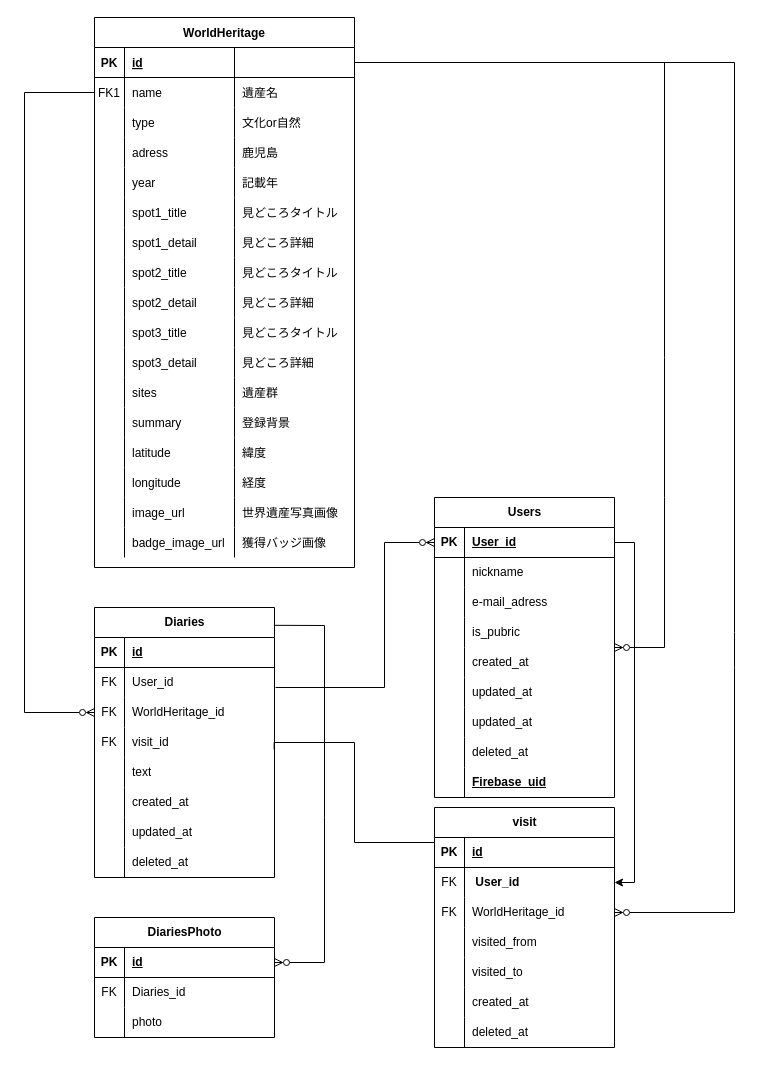
toyama-e/japan-heritage-guide keeps this draw.io diagram as docs/architecture.drawio. Above is the earlier version. Source tidied: cells renumbered, new cells numbered last; positions are measured from the earlier drawing's top-left corner, leaving out a move shared by most shapes. Both pictures are drawn from the tidied source at 100%, with x=0, y=0 at pixel (24, 17).
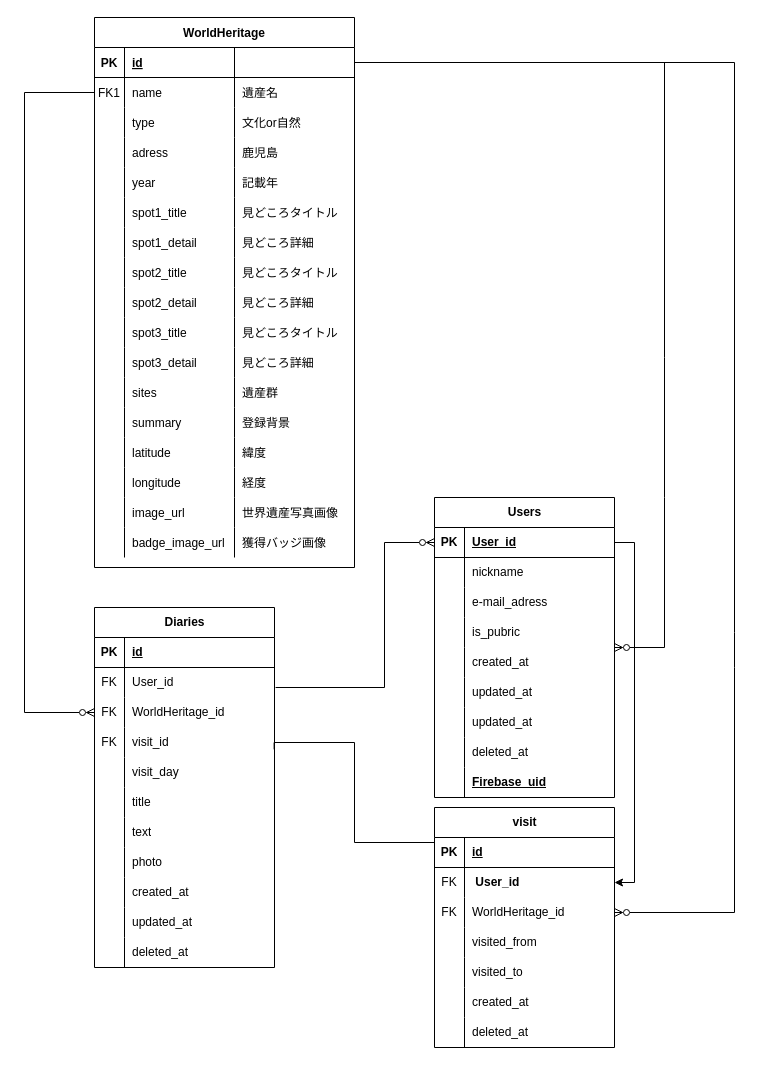
The same page after the edit.

Commit message:
update: ER図のdiariesテーブルの調整

Change to the diagram source:
```diff
@@
     <mxCell id="72" value="Diaries" style="shape=table;startSize=30;childLayout=tableLayout;rowLines=0;fontStyle=1;align=center;html=1;" parent="1" vertex="1">
-      <mxGeometry x="70" y="590" width="180" height="270" as="geometry" />
+      <mxGeometry x="70" y="590" width="180" height="360" as="geometry" />
     </mxCell>
@@
+    <mxCell id="166" style="shape=tableRow;horizontal=0;startSize=0;swimlaneHead=0;swimlaneBody=0;fillColor=none;top=0;left=0;right=0;bottom=0;" parent="72" vertex="1">
+      <mxGeometry y="150" width="180" height="30" as="geometry" />
+    </mxCell>
+    <mxCell id="167" style="shape=partialRectangle;fillColor=none;top=0;left=0;bottom=0;right=0;overflow=hidden;whiteSpace=wrap;html=1;" parent="166" vertex="1">
+      <mxGeometry width="30" height="30" as="geometry" />
+    </mxCell>
+    <mxCell id="168" value="visit_day" style="shape=partialRectangle;fillColor=none;top=0;left=0;bottom=0;right=0;align=left;spacingLeft=6;overflow=hidden;whiteSpace=wrap;html=1;" parent="166" vertex="1">
+      <mxGeometry x="30" width="150" height="30" as="geometry" />
+    </mxCell>
+    <mxCell id="169" style="shape=tableRow;horizontal=0;startSize=0;swimlaneHead=0;swimlaneBody=0;fillColor=none;top=0;left=0;right=0;bottom=0;" parent="72" vertex="1">
+      <mxGeometry y="180" width="180" height="30" as="geometry" />
+    </mxCell>
+    <mxCell id="170" style="shape=partialRectangle;fillColor=none;top=0;left=0;bottom=0;right=0;overflow=hidden;whiteSpace=wrap;html=1;" parent="169" vertex="1">
+      <mxGeometry width="30" height="30" as="geometry" />
+    </mxCell>
+    <mxCell id="171" value="&lt;span style=&quot;color: rgb(0, 0, 0);&quot;&gt;title&lt;/span&gt;" style="shape=partialRectangle;fillColor=none;top=0;left=0;bottom=0;right=0;align=left;spacingLeft=6;overflow=hidden;whiteSpace=wrap;html=1;" parent="169" vertex="1">
+      <mxGeometry x="30" width="150" height="30" as="geometry" />
+    </mxCell>
     <mxCell id="85" style="shape=tableRow;horizontal=0;startSize=0;swimlaneHead=0;swimlaneBody=0;fillColor=none;top=0;left=0;right=0;bottom=0;" parent="72" vertex="1">
-      <mxGeometry y="150" width="180" height="30" as="geometry" />
+      <mxGeometry y="210" width="180" height="30" as="geometry" />
     </mxCell>
@@
-    <mxCell id="87" value="text" style="shape=partialRectangle;fillColor=none;top=0;left=0;bottom=0;right=0;align=left;spacingLeft=6;overflow=hidden;whiteSpace=wrap;html=1;" parent="85" vertex="1">
+    <mxCell id="87" value="&lt;span style=&quot;color: rgb(0, 0, 0);&quot;&gt;text&lt;/span&gt;" style="shape=partialRectangle;fillColor=none;top=0;left=0;bottom=0;right=0;align=left;spacingLeft=6;overflow=hidden;whiteSpace=wrap;html=1;" parent="85" vertex="1">
       <mxGeometry x="30" width="150" height="30" as="geometry" />
     </mxCell>
     <mxCell id="88" style="shape=tableRow;horizontal=0;startSize=0;swimlaneHead=0;swimlaneBody=0;fillColor=none;top=0;left=0;right=0;bottom=0;" parent="72" vertex="1">
-      <mxGeometry y="180" width="180" height="30" as="geometry" />
+      <mxGeometry y="240" width="180" height="30" as="geometry" />
     </mxCell>
@@
-    <mxCell id="90" value="created_at" style="shape=partialRectangle;fillColor=none;top=0;left=0;bottom=0;right=0;align=left;spacingLeft=6;overflow=hidden;whiteSpace=wrap;html=1;" parent="88" vertex="1">
+    <mxCell id="90" value="photo" style="shape=partialRectangle;fillColor=none;top=0;left=0;bottom=0;right=0;align=left;spacingLeft=6;overflow=hidden;whiteSpace=wrap;html=1;" parent="88" vertex="1">
       <mxGeometry x="30" width="150" height="30" as="geometry" />
     </mxCell>
     <mxCell id="91" style="shape=tableRow;horizontal=0;startSize=0;swimlaneHead=0;swimlaneBody=0;fillColor=none;top=0;left=0;right=0;bottom=0;" parent="72" vertex="1">
-      <mxGeometry y="210" width="180" height="30" as="geometry" />
+      <mxGeometry y="270" width="180" height="30" as="geometry" />
     </mxCell>
@@
-    <mxCell id="93" value="updated_at" style="shape=partialRectangle;fillColor=none;top=0;left=0;bottom=0;right=0;align=left;spacingLeft=6;overflow=hidden;whiteSpace=wrap;html=1;" parent="91" vertex="1">
+    <mxCell id="93" value="&lt;span style=&quot;color: rgb(0, 0, 0);&quot;&gt;created_at&lt;/span&gt;" style="shape=partialRectangle;fillColor=none;top=0;left=0;bottom=0;right=0;align=left;spacingLeft=6;overflow=hidden;whiteSpace=wrap;html=1;" parent="91" vertex="1">
       <mxGeometry x="30" width="150" height="30" as="geometry" />
     </mxCell>
     <mxCell id="94" style="shape=tableRow;horizontal=0;startSize=0;swimlaneHead=0;swimlaneBody=0;fillColor=none;top=0;left=0;right=0;bottom=0;" parent="72" vertex="1">
-      <mxGeometry y="240" width="180" height="30" as="geometry" />
+      <mxGeometry y="300" width="180" height="30" as="geometry" />
     </mxCell>
@@
-    <mxCell id="96" value="deleted_at" style="shape=partialRectangle;fillColor=none;top=0;left=0;bottom=0;right=0;align=left;spacingLeft=6;overflow=hidden;whiteSpace=wrap;html=1;" parent="94" vertex="1">
+    <mxCell id="96" value="&lt;span style=&quot;color: rgb(0, 0, 0);&quot;&gt;updated_at&lt;/span&gt;" style="shape=partialRectangle;fillColor=none;top=0;left=0;bottom=0;right=0;align=left;spacingLeft=6;overflow=hidden;whiteSpace=wrap;html=1;" parent="94" vertex="1">
       <mxGeometry x="30" width="150" height="30" as="geometry" />
     </mxCell>
-    <mxCell id="97" value="DiariesPhoto" style="shape=table;startSize=30;childLayout=tableLayout;rowLines=0;fontStyle=1;align=center;html=1;" parent="1" vertex="1">
-      <mxGeometry x="70" y="900" width="180" height="120" as="geometry" />
-    </mxCell>
-    <mxCell id="98" style="shape=tableRow;horizontal=0;startSize=0;swimlaneHead=0;swimlaneBody=0;fillColor=none;points=[[0,0.5],[1,0.5]];portConstraint=eastwest;top=0;left=0;right=0;bottom=1;" parent="97" vertex="1">
-      <mxGeometry y="30" width="180" height="30" as="geometry" />
-    </mxCell>
-    <mxCell id="99" value="PK" style="shape=partialRectangle;fillColor=none;top=0;left=0;bottom=0;right=0;fontStyle=1;overflow=hidden;whiteSpace=wrap;html=1;" parent="98" vertex="1">
-      <mxGeometry width="30" height="30" as="geometry" />
-    </mxCell>
-    <mxCell id="100" value="id" style="shape=partialRectangle;fillColor=none;top=0;left=0;bottom=0;right=0;align=left;spacingLeft=6;fontStyle=5;overflow=hidden;whiteSpace=wrap;html=1;" parent="98" vertex="1">
-      <mxGeometry x="30" width="150" height="30" as="geometry" />
-    </mxCell>
-    <mxCell id="101" style="shape=tableRow;horizontal=0;startSize=0;swimlaneHead=0;swimlaneBody=0;fillColor=none;top=0;left=0;right=0;bottom=0;" parent="97" vertex="1">
-      <mxGeometry y="60" width="180" height="30" as="geometry" />
-    </mxCell>
-    <mxCell id="102" value="FK" style="shape=partialRectangle;fillColor=none;top=0;left=0;bottom=0;right=0;overflow=hidden;whiteSpace=wrap;html=1;" parent="101" vertex="1">
-      <mxGeometry width="30" height="30" as="geometry" />
-    </mxCell>
-    <mxCell id="103" value="Diaries_id" style="shape=partialRectangle;fillColor=none;top=0;left=0;bottom=0;right=0;align=left;spacingLeft=6;overflow=hidden;whiteSpace=wrap;html=1;" parent="101" vertex="1">
-      <mxGeometry x="30" width="150" height="30" as="geometry" />
-    </mxCell>
-    <mxCell id="104" style="shape=tableRow;horizontal=0;startSize=0;swimlaneHead=0;swimlaneBody=0;fillColor=none;top=0;left=0;right=0;bottom=0;" parent="97" vertex="1">
-      <mxGeometry y="90" width="180" height="30" as="geometry" />
-    </mxCell>
-    <mxCell id="105" style="shape=partialRectangle;fillColor=none;top=0;left=0;bottom=0;right=0;overflow=hidden;whiteSpace=wrap;html=1;" parent="104" vertex="1">
-      <mxGeometry width="30" height="30" as="geometry" />
-    </mxCell>
-    <mxCell id="106" value="photo" style="shape=partialRectangle;fillColor=none;top=0;left=0;bottom=0;right=0;align=left;spacingLeft=6;overflow=hidden;whiteSpace=wrap;html=1;" parent="104" vertex="1">
-      <mxGeometry x="30" width="150" height="30" as="geometry" />
-    </mxCell>
+    <mxCell id="172" style="shape=tableRow;horizontal=0;startSize=0;swimlaneHead=0;swimlaneBody=0;fillColor=none;top=0;left=0;right=0;bottom=0;" parent="72" vertex="1">
+      <mxGeometry y="330" width="180" height="30" as="geometry" />
+    </mxCell>
+    <mxCell id="173" style="shape=partialRectangle;fillColor=none;top=0;left=0;bottom=0;right=0;overflow=hidden;whiteSpace=wrap;html=1;" parent="172" vertex="1">
+      <mxGeometry width="30" height="30" as="geometry" />
+    </mxCell>
+    <mxCell id="174" value="&lt;span style=&quot;color: rgb(0, 0, 0);&quot;&gt;deleted_at&lt;/span&gt;" style="shape=partialRectangle;fillColor=none;top=0;left=0;bottom=0;right=0;align=left;spacingLeft=6;overflow=hidden;whiteSpace=wrap;html=1;" parent="172" vertex="1">
+      <mxGeometry x="30" width="150" height="30" as="geometry" />
+    </mxCell>
@@
-    <mxCell id="164" style="edgeStyle=none;html=1;entryX=1;entryY=0.5;entryDx=0;entryDy=0;rounded=0;curved=0;endArrow=ERzeroToMany;endFill=0;exitX=0.997;exitY=0.066;exitDx=0;exitDy=0;exitPerimeter=0;" parent="1" edge="1" source="72" target="98">
-      <mxGeometry relative="1" as="geometry">
-        <Array as="points">
-          <mxPoint x="300" y="608" />
-          <mxPoint x="300" y="800" />
-          <mxPoint x="300" y="945" />
-        </Array>
-      </mxGeometry>
-    </mxCell>
```
